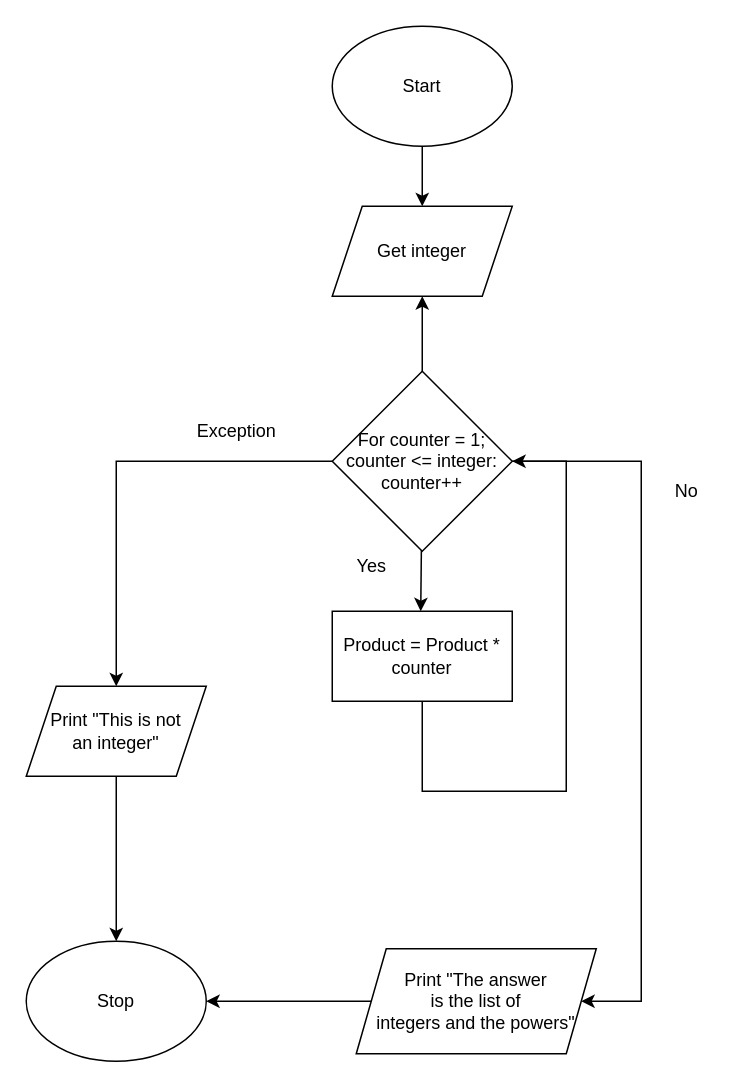
Andrew-Ten-Den/ICS3U-Unit4-03-Python keeps this draw.io diagram as flowchart.drawio. Above is the earlier version. Source tidied: cells renumbered, new cells numbered last; positions are measured from the earlier drawing's top-left corner, leaving out a move shared by most shapes. Both pictures are drawn from the tidied source at 150%, with x=0, y=0 at pixel (26, 26).
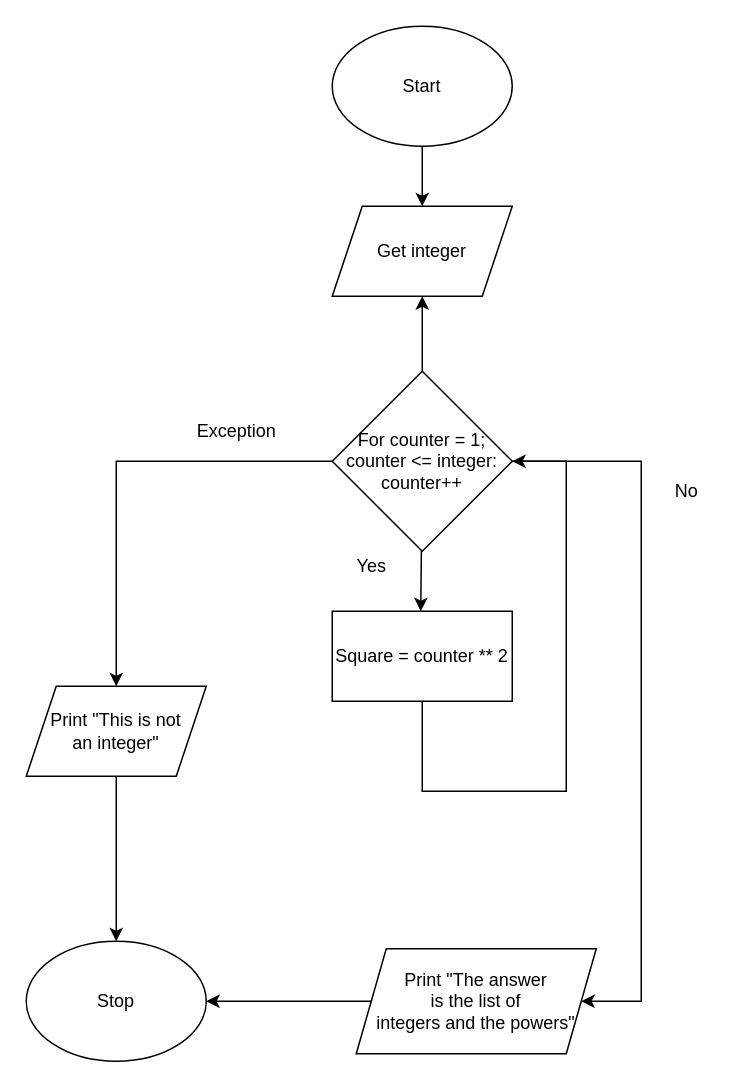
The same diagram, later.

Change to the diagram source:
```diff
@@
-    <mxCell id="18" value="Product = Product * counter" style="rounded=0;whiteSpace=wrap;html=1;" parent="1" vertex="1">
+    <mxCell id="18" value="Square = counter ** 2" style="rounded=0;whiteSpace=wrap;html=1;" parent="1" vertex="1">
       <mxGeometry x="204" y="390" width="120" height="60" as="geometry" />
     </mxCell>
```
